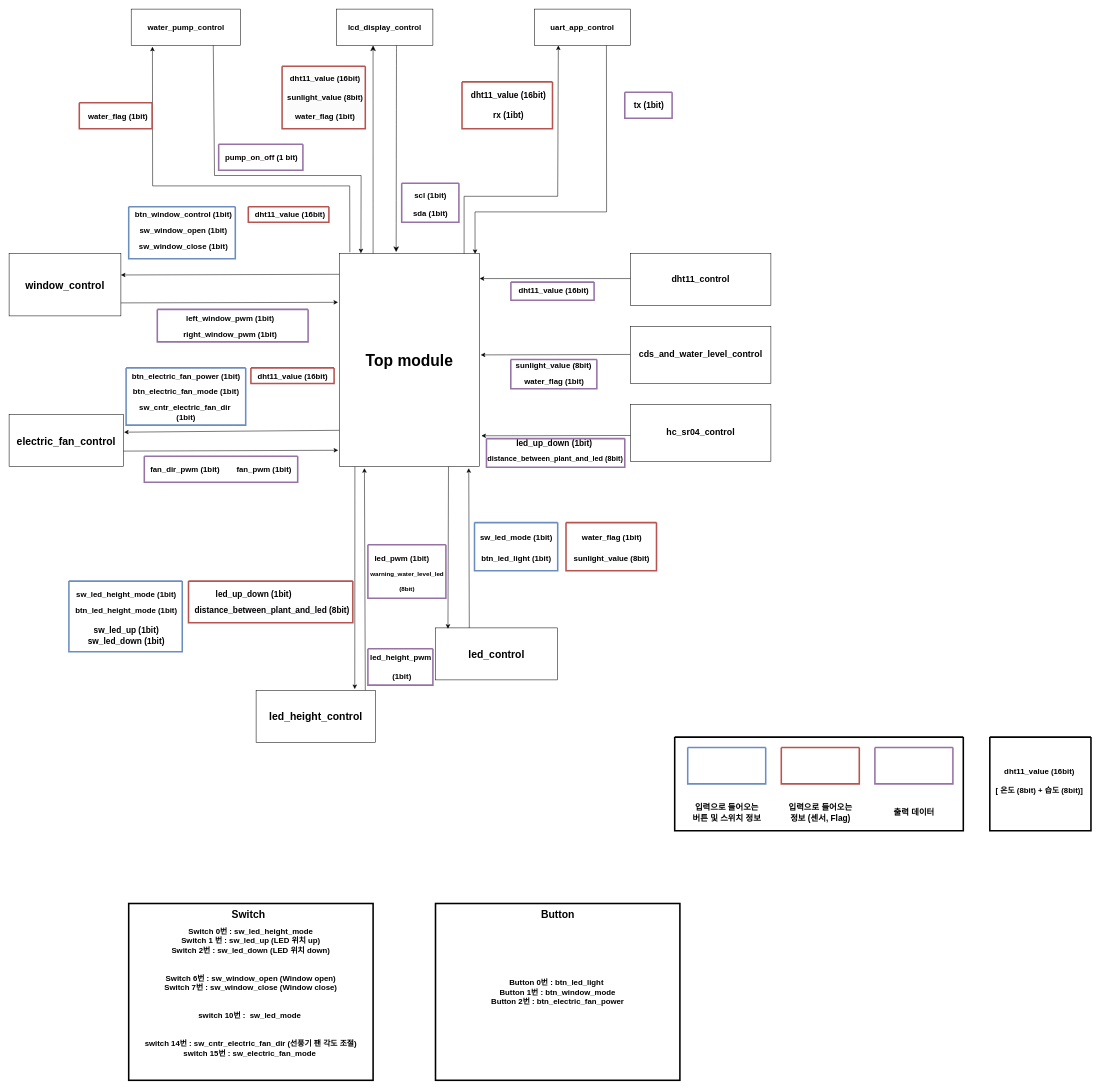
This is Blcoc_diagram_update.drawio from wwww2128/smartfarm, a draw.io file, before an edit. Source tidied: cells renumbered, new cells numbered last; positions are measured from the earlier drawing's top-left corner, leaving out a move shared by most shapes. Both pictures are drawn from the tidied source at 52%, with x=0, y=0 at pixel (9, 9).
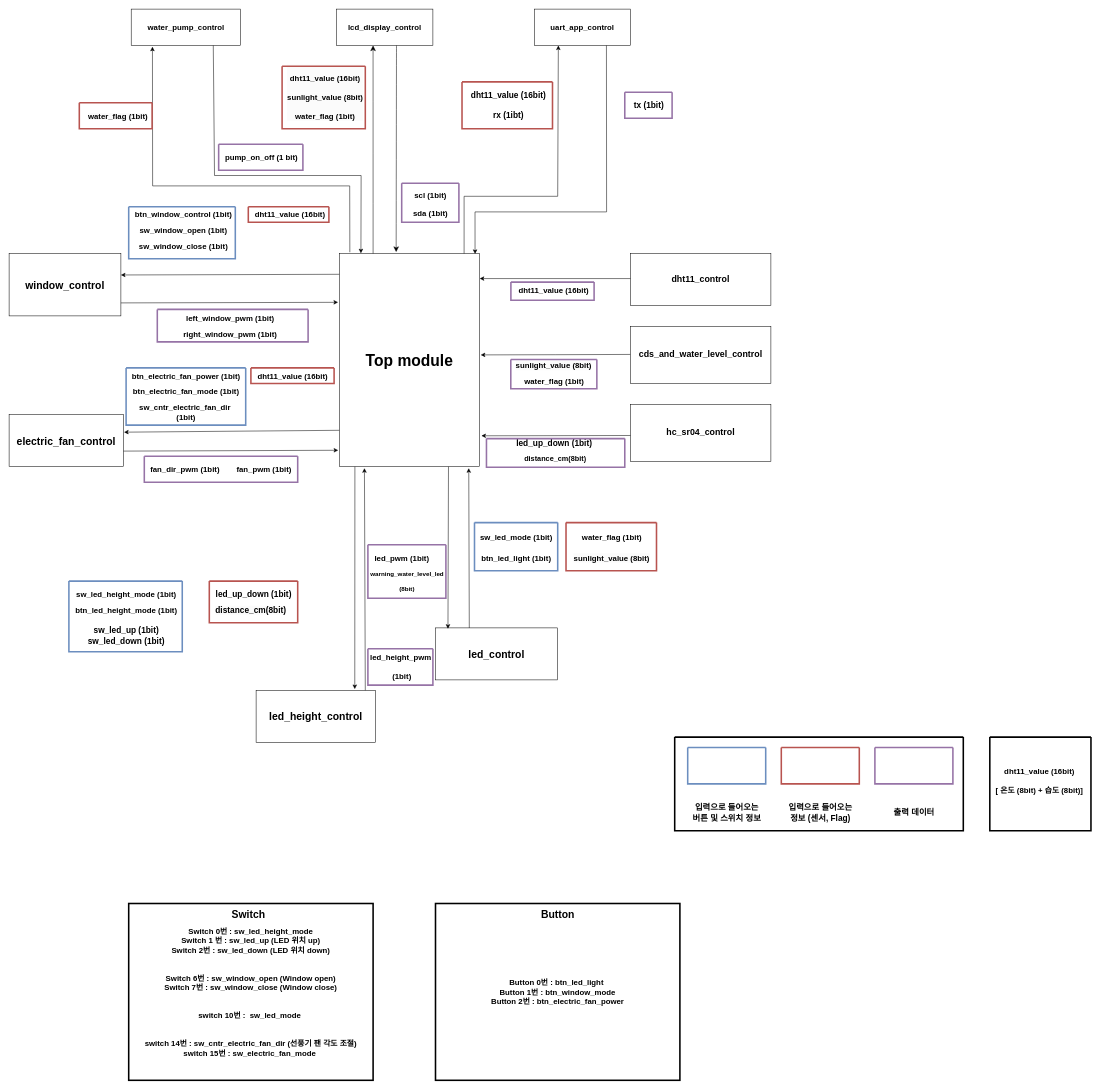
The same page after the edit.

Change to the diagram source:
```diff
@@
-    <mxCell id="38" value="&lt;b style=&quot;forced-color-adjust: none; color: rgb(0, 0, 0); font-family: Helvetica; font-size: 16px; font-style: normal; font-variant-ligatures: normal; font-variant-caps: normal; letter-spacing: normal; orphans: 2; text-align: center; text-indent: 0px; text-transform: none; widows: 2; word-spacing: 0px; -webkit-text-stroke-width: 0px; white-space: nowrap; background-color: rgb(251, 251, 251); text-decoration-thickness: initial; text-decoration-style: initial; text-decoration-color: initial;&quot;&gt;distance_between_plant_and_led (8bit)&lt;/b&gt;" style="text;whiteSpace=wrap;html=1;" parent="1" vertex="1">
-      <mxGeometry x="355" y="1140" width="330" height="40" as="geometry" />
-    </mxCell>
@@
-    <mxCell id="43" value="&lt;b&gt;&lt;font style=&quot;font-size: 14px;&quot;&gt;distance_between_plant_and_led (8bit)&lt;/font&gt;&lt;/b&gt;" style="text;html=1;align=center;verticalAlign=middle;strokeColor=none;fillColor=none;" parent="1" vertex="1">
-      <mxGeometry x="910" y="850" width="280" height="30" as="geometry" />
+    <mxCell id="43" value="&lt;b&gt;&lt;font style=&quot;font-size: 14px;&quot;&gt;distance_cm(8bit)&lt;/font&gt;&lt;/b&gt;" style="text;html=1;align=center;verticalAlign=middle;strokeColor=none;fillColor=none;" parent="1" vertex="1">
+      <mxGeometry x="980" y="850" width="140" height="30" as="geometry" />
     </mxCell>
@@
     <mxCell id="53" style="swimlane;startSize=0;strokeWidth=3;fillColor=#f8cecc;strokeColor=#b85450;" parent="1" vertex="1">
-      <mxGeometry x="345" y="1100" width="316" height="80" as="geometry" />
+      <mxGeometry x="385" y="1100" width="170" height="80" as="geometry" />
     </mxCell>
+    <mxCell id="38" value="&lt;b style=&quot;forced-color-adjust: none; color: rgb(0, 0, 0); font-family: Helvetica; font-size: 16px; font-style: normal; font-variant-ligatures: normal; font-variant-caps: normal; letter-spacing: normal; orphans: 2; text-align: center; text-indent: 0px; text-transform: none; widows: 2; word-spacing: 0px; -webkit-text-stroke-width: 0px; white-space: nowrap; background-color: rgb(251, 251, 251); text-decoration-thickness: initial; text-decoration-style: initial; text-decoration-color: initial;&quot;&gt;distance_cm(8bit)&lt;/b&gt;" style="text;whiteSpace=wrap;html=1;" parent="53" vertex="1">
+      <mxGeometry x="10" y="40" width="150" height="40" as="geometry" />
+    </mxCell>
```
